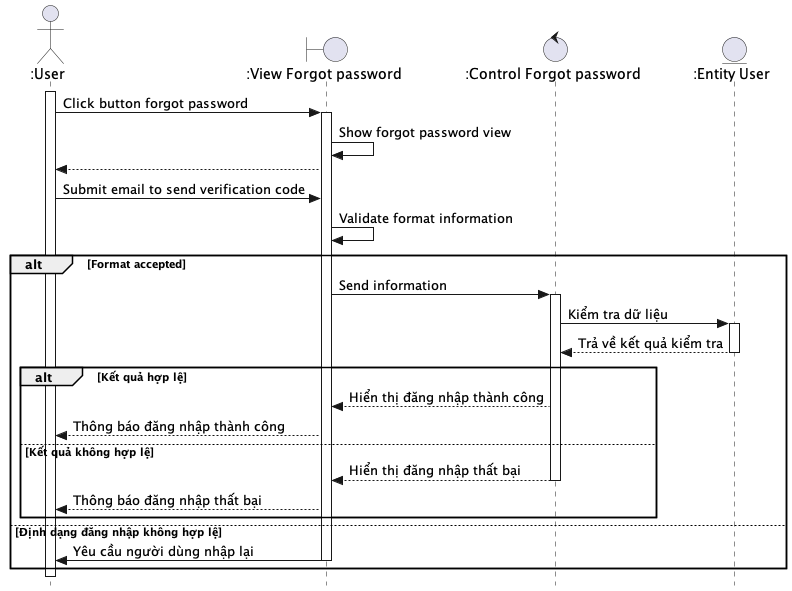
Above: latex_thesis/Images/mobile_app/forgot_password.png in techcomrade/fmECG (PlantUML), before the change.
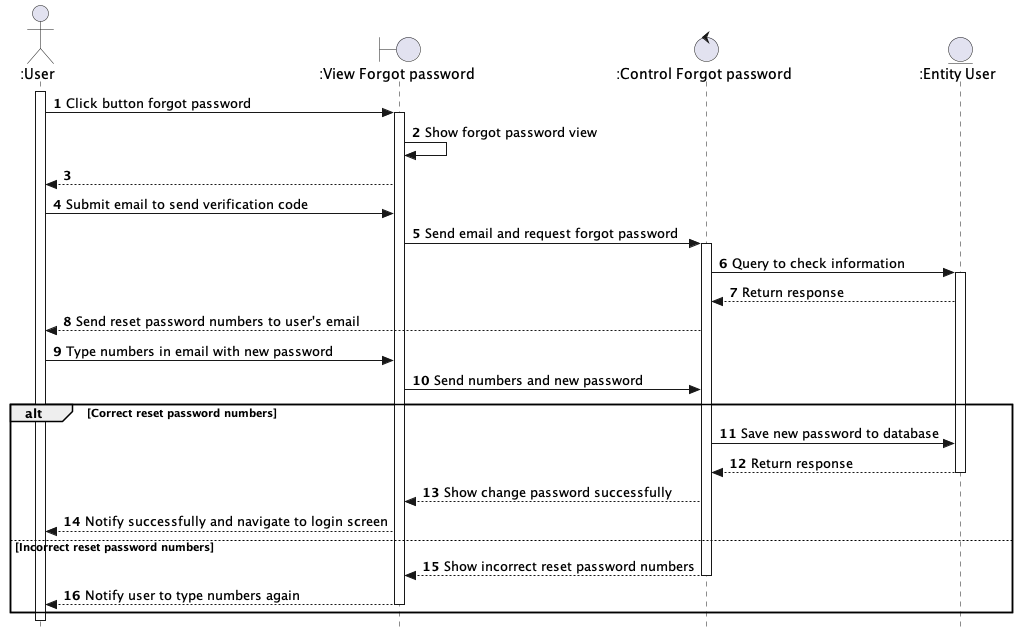
Above is the later version.

The edit, as a diff of the source:
```diff
@@ -4,6 +4,7 @@
 boundary ":View Forgot password" as ClientApp
 control ":Control Forgot password" as Control
 entity ":Entity User" as Entity
+autonumber
 
 activate User
 User -> ClientApp: Click button forgot password
@@ -11,27 +12,28 @@
 ClientApp -> ClientApp: Show forgot password view
 ClientApp --> User
 User -> ClientApp: Submit email to send verification code
-ClientApp -> ClientApp: Validate format information
-alt Format accepted
-  ClientApp -> Control: Send information
-  activate Control
-  Control -> Entity: Kiểm tra dữ liệu
-  activate Entity
-  Entity --> Control: Trả về kết quả kiểm tra
+ClientApp -> Control: Send email and request forgot password
+activate Control
+Control -> Entity: Query to check information
+activate Entity
+Entity --> Control: Return response
+Control --> User: Send reset password numbers to user's email
+User -> ClientApp: Type numbers in email with new password
+ClientApp -> Control: Send numbers and new password
+
+alt Correct reset password numbers
+  Control -> Entity: Save new password to database
+  Entity --> Control: Return response
   deactivate Entity
-  alt Kết quả hợp lệ
-    Control --> ClientApp: Hiển thị đăng nhập thành công
-    ClientApp --> User: Thông báo đăng nhập thành công
-  else Kết quả không hợp lệ
-    Control --> ClientApp: Hiển thị đăng nhập thất bại
-    deactivate Control
-    ClientApp --> User: Thông báo đăng nhập thất bại
-  end
-
-else Định dạng đăng nhập không hợp lệ
-  ClientApp -> User: Yêu cầu người dùng nhập lại
+  Control --> ClientApp: Show change password successfully
+  ClientApp --> User: Notify successfully and navigate to login screen
+else Incorrect reset password numbers
+  Control --> ClientApp: Show incorrect reset password numbers
+  deactivate Control
+  ClientApp --> User: Notify user to type numbers again
   deactivate ClientApp
 end
 
+
 skinparam style strictuml
 @enduml
```
